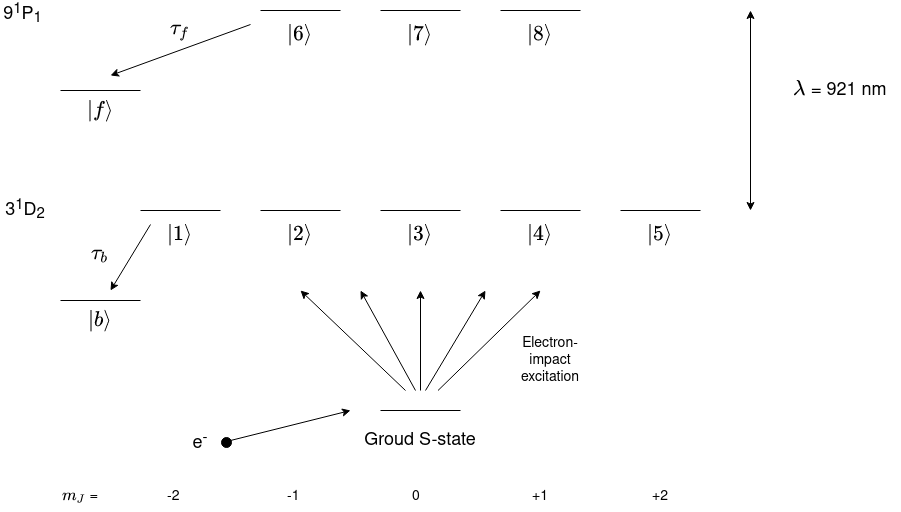
mvpmanish/LASED keeps this draw.io diagram as docs/source/tutorials/LevelDiagrams/HeMetastableStateExcitation.png. Above is the earlier version. Source tidied: cells renumbered, new cells last; positions are measured from the earlier drawing's top-left corner, leaving out a move shared by most shapes.
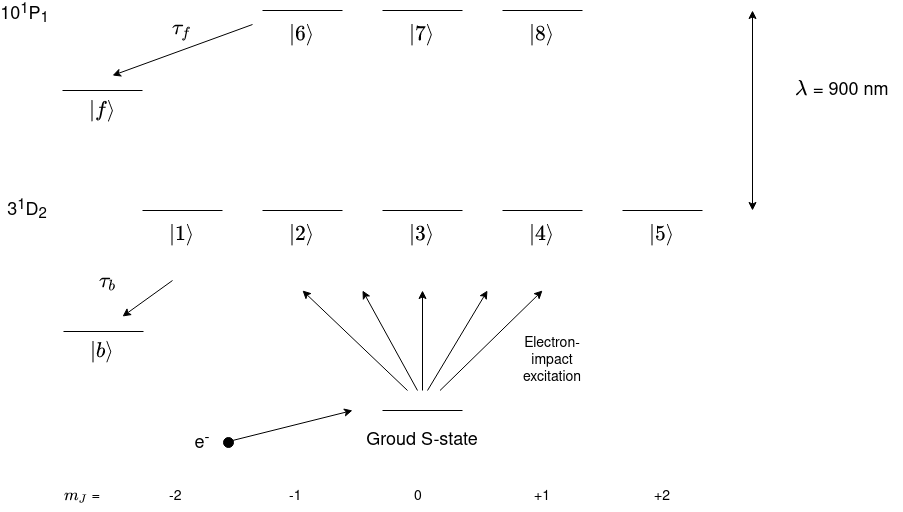
The same diagram one commit later.

Diff of the diagram source:
```diff
@@ -95,7 +95,7 @@
         <mxPoint x="110" y="71" as="targetPoint" />
       </mxGeometry>
     </mxCell>
-    <mxCell id="22" value=" &lt;font style=&quot;font-size: 18px&quot; face=&quot;Helvetica&quot;&gt;\(\lambda\) = 921 nm&lt;br&gt;&lt;/font&gt;" style="text;html=1;strokeColor=none;fillColor=none;align=center;verticalAlign=middle;whiteSpace=wrap;rounded=0;" parent="1" vertex="1">
+    <mxCell id="22" value=" &lt;font style=&quot;font-size: 18px&quot; face=&quot;Helvetica&quot;&gt;\(\lambda\) = 900 nm&lt;br&gt;&lt;/font&gt;" style="text;html=1;strokeColor=none;fillColor=none;align=center;verticalAlign=middle;whiteSpace=wrap;rounded=0;" parent="1" vertex="1">
       <mxGeometry x="780" y="76" width="120" height="20" as="geometry" />
     </mxCell>
     <mxCell id="23" value="&lt;font style=&quot;font-size: 18px&quot;&gt;$$\tau_f$$&lt;/font&gt;" style="text;html=1;strokeColor=none;fillColor=none;align=center;verticalAlign=middle;whiteSpace=wrap;rounded=0;" parent="1" vertex="1">
@@ -119,7 +119,7 @@
     <mxCell id="29" value="&lt;font style=&quot;font-size: 14px&quot;&gt;+2&lt;/font&gt;" style="text;whiteSpace=wrap;html=1;" parent="1" vertex="1">
       <mxGeometry x="650" y="477.2" width="40" height="30" as="geometry" />
     </mxCell>
-    <mxCell id="30" value="&lt;font style=&quot;font-size: 18px&quot;&gt;9&lt;sup&gt;1&lt;/sup&gt;P&lt;sub&gt;1&lt;/sub&gt;&amp;nbsp; &lt;/font&gt;" style="text;html=1;strokeColor=none;fillColor=none;align=center;verticalAlign=middle;whiteSpace=wrap;rounded=0;" parent="1" vertex="1">
+    <mxCell id="30" value="&lt;font style=&quot;font-size: 18px&quot;&gt;10&lt;sup&gt;1&lt;/sup&gt;P&lt;sub&gt;1&lt;/sub&gt;&amp;nbsp; &lt;/font&gt;" style="text;html=1;strokeColor=none;fillColor=none;align=center;verticalAlign=middle;whiteSpace=wrap;rounded=0;" parent="1" vertex="1">
       <mxGeometry width="50" height="20" as="geometry" />
     </mxCell>
     <mxCell id="31" value="&lt;font style=&quot;font-size: 18px&quot;&gt;3&lt;sup&gt;1&lt;/sup&gt;D&lt;sub&gt;2&lt;/sub&gt; &lt;/font&gt;" style="text;html=1;strokeColor=none;fillColor=none;align=center;verticalAlign=middle;whiteSpace=wrap;rounded=0;" parent="1" vertex="1">
@@ -179,23 +179,23 @@
     <mxCell id="42" value="&lt;font style=&quot;font-size: 14px&quot;&gt;Electron-impact excitation&lt;/font&gt;" style="text;html=1;strokeColor=none;fillColor=none;align=center;verticalAlign=middle;whiteSpace=wrap;rounded=0;" parent="1" vertex="1">
       <mxGeometry x="520" y="346" width="60" height="20" as="geometry" />
     </mxCell>
-    <mxCell id="43" style="endArrow=none;html=1;" parent="1" edge="1">
-      <mxGeometry relative="1" as="geometry">
-        <mxPoint x="60" y="296" as="sourcePoint" />
-        <mxPoint x="140" y="296" as="targetPoint" />
-      </mxGeometry>
-    </mxCell>
+    <mxCell id="47" style="endArrow=none;html=1;" parent="1" edge="1">
+      <mxGeometry relative="1" as="geometry">
+        <mxPoint x="61" y="327" as="sourcePoint" />
+        <mxPoint x="141" y="327" as="targetPoint" />
+      </mxGeometry>
+    </mxCell>
     <mxCell id="44" value="&lt;font style=&quot;font-size: 18px&quot;&gt;$$|b\rangle$$&lt;/font&gt;" style="text;html=1;strokeColor=none;fillColor=none;align=center;verticalAlign=middle;whiteSpace=wrap;rounded=0;" parent="1" vertex="1">
-      <mxGeometry x="80" y="306" width="40" height="20" as="geometry" />
+      <mxGeometry x="80" y="337" width="40" height="20" as="geometry" />
     </mxCell>
+    <mxCell id="48" style="endArrow=classic;html=1;" parent="1" edge="1">
+      <mxGeometry relative="1" as="geometry">
+        <mxPoint x="170" y="276" as="sourcePoint" />
+        <mxPoint x="120" y="312" as="targetPoint" />
+      </mxGeometry>
+    </mxCell>
     <mxCell id="45" value="&lt;font style=&quot;font-size: 18px&quot;&gt;$$\tau_b$$&lt;/font&gt;" style="text;html=1;strokeColor=none;fillColor=none;align=center;verticalAlign=middle;whiteSpace=wrap;rounded=0;" parent="1" vertex="1">
-      <mxGeometry x="80" y="240" width="40" height="20" as="geometry" />
+      <mxGeometry x="86" y="268" width="40" height="20" as="geometry" />
     </mxCell>
-    <mxCell id="46" style="endArrow=classic;html=1;" parent="1" edge="1">
-      <mxGeometry relative="1" as="geometry">
-        <mxPoint x="150" y="220" as="sourcePoint" />
-        <mxPoint x="110" y="286" as="targetPoint" />
-      </mxGeometry>
-    </mxCell>
   </root>
 </mxGraphModel>
```
